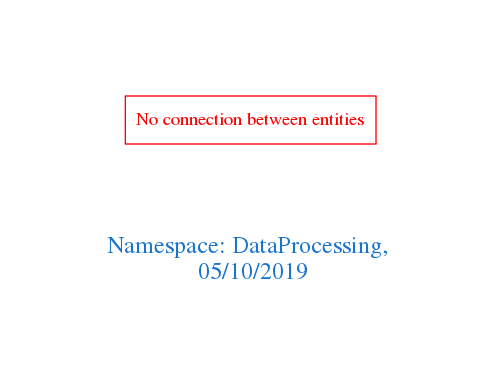
Above: downloads/DataProcessing.png in arago/OGIT (Graphviz), before the change. Its source is kept beside it as downloads/DataProcessing.dot. Source of this version:
```dot
digraph OGIT_ontology {
 graph [ rankdir= LR,pad=1
fontsize = 18,
fontcolor= dodgerblue3,label = "\n\n\nNamespace: DataProcessing, \n 05/10/2019"];
node[shape=polygon];
edge [  color="gray81"];

"No connection between entities" [fontcolor = "red",color="red", shape="polygon"]
}
```
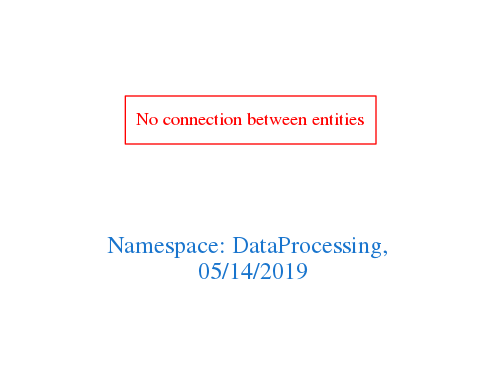
The same diagram one commit later.

The edit, as a diff of the source:
```diff
@@ -1,7 +1,7 @@
 digraph OGIT_ontology {
  graph [ rankdir= LR,pad=1
 fontsize = 18,
-fontcolor= dodgerblue3,label = "\n\n\nNamespace: DataProcessing, \n 05/10/2019"];
+fontcolor= dodgerblue3,label = "\n\n\nNamespace: DataProcessing, \n 05/14/2019"];
 node[shape=polygon];
 edge [  color="gray81"];
 
```
